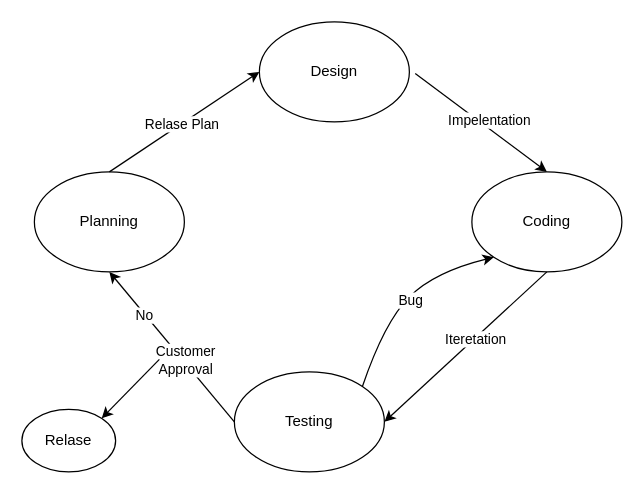
Earlier version of the draw.io diagram XP.drawio (AkbarDes808/DIagram). Source tidied: cells renumbered, new cells numbered last; positions are measured from the earlier drawing's top-left corner, leaving out a move shared by most shapes. Both pictures are drawn from the tidied source at 125%, with x=0, y=0 at pixel (21, 21).
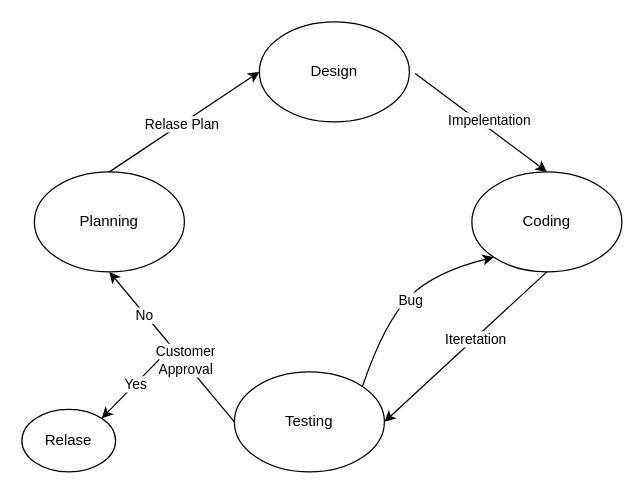
After the change.

Unchanged cells that the change refers to:
```xml
<mxCell id="16" style="endArrow=classic;html=1;rounded=0;entryX=1;entryY=0;entryDx=0;entryDy=0;" parent="1" edge="1" target="15">
  <mxGeometry relative="1" as="geometry">
    <mxPoint x="110" y="270" as="sourcePoint" />
  </mxGeometry>
</mxCell>
```

Diff of the diagram source:
```diff
@@
+    <mxCell id="19" value="Yes" style="edgeLabel;html=1;align=center;verticalAlign=middle;" parent="16" vertex="1">
+      <mxGeometry x="-0.29" y="5" relative="1" as="geometry">
+        <mxPoint x="-7" as="offset" />
+      </mxGeometry>
+    </mxCell>
```
